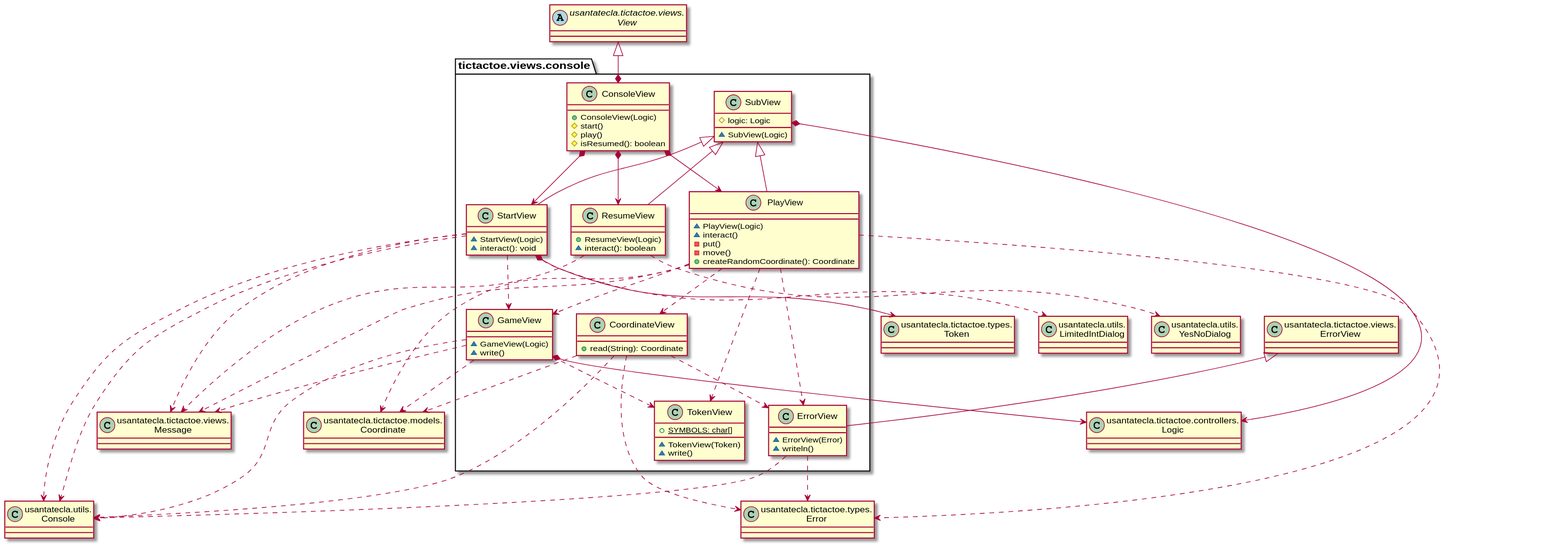
Before: modelViewPresenter/presentationModel/withFacade/docs/diagrams/out/paquetes/paqueteTicTactoeViewsConsole.svg, a diagram exported from PlantUML (Jolucaa/USantaTecla-project-ticTacToe).
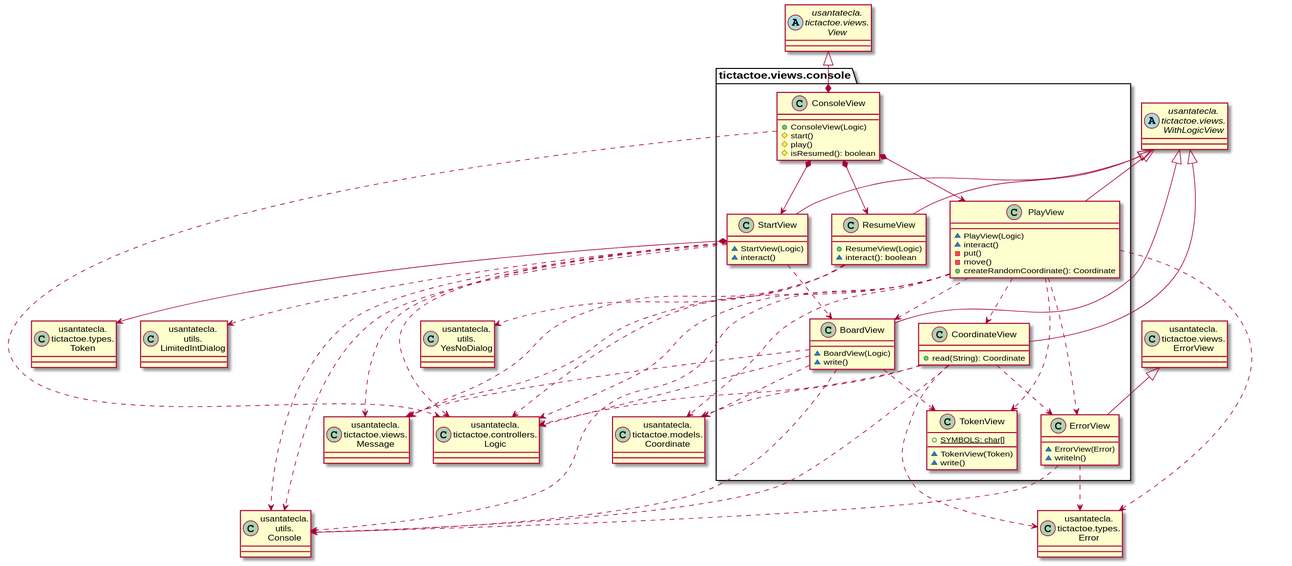
The same diagram one commit later.

Diff of the diagram source:
```diff
@@ -1,14 +1,15 @@
 @startuml
-abstract class View as "usantatecla.tictactoe.views.\nView" {}
-class Coordinate as "usantatecla.tictactoe.models.\nCoordinate" {}
-class Error as "usantatecla.tictactoe.types.\nError" {}
-class Token as "usantatecla.tictactoe.types.\nToken" {}
-class Message as "usantatecla.tictactoe.views.\nMessage" {}
-class ErrorView as "usantatecla.tictactoe.views.\nErrorView" {}
-class Logic as "usantatecla.tictactoe.controllers.\nLogic" {}
-class Console as "usantatecla.utils.\nConsole" {}
-class YesNoDialog as "usantatecla.utils.\nYesNoDialog" {}
-class LimitedIntDialog as "usantatecla.utils.\nLimitedIntDialog" {}
+class Coordinate as "usantatecla.\ntictactoe.models.\nCoordinate"
+class Error as "usantatecla.\ntictactoe.types.\nError"
+class Token as "usantatecla.\ntictactoe.types.\nToken"
+abstract class WithLogicView as "usantatecla.\ntictactoe.views.\nWithLogicView"
+abstract class View as "usantatecla.\ntictactoe.views.\nView"
+class Message as "usantatecla.\ntictactoe.views.\nMessage"
+class ErrorView as "usantatecla.\ntictactoe.views.\nErrorView"
+class Logic as "usantatecla.\ntictactoe.controllers.\nLogic"
+class Console as "usantatecla.\nutils.\nConsole"
+class YesNoDialog as "usantatecla.\nutils.\nYesNoDialog"
+class LimitedIntDialog as "usantatecla.\nutils.\nLimitedIntDialog"
 
 class tictactoe.views.console.ConsoleView{
   + ConsoleView(Logic)
@@ -20,19 +21,15 @@
 tictactoe.views.console.ConsoleView *-down-> tictactoe.views.console.StartView
 tictactoe.views.console.ConsoleView *-down-> tictactoe.views.console.PlayView
 tictactoe.views.console.ConsoleView *-down-> tictactoe.views.console.ResumeView
-
-class tictactoe.views.console.WithGameView {
-  # logic: Logic
-  ~ WithGameView(Logic)
-}
-tictactoe.views.console.WithGameView *-down-> Logic
+tictactoe.views.console.ConsoleView .down.> Logic
 
 class tictactoe.views.console.StartView {
   ~ StartView(Logic)
-  ~ interact(): void
+  ~ interact()
 }
-tictactoe.views.console.StartView -up-|> tictactoe.views.console.WithGameView
-tictactoe.views.console.StartView .down.> tictactoe.views.console.GameView
+tictactoe.views.console.StartView -up-|> WithLogicView
+tictactoe.views.console.StartView .down.> tictactoe.views.console.BoardView
+tictactoe.views.console.StartView .down.> Logic
 tictactoe.views.console.StartView .down.> Message
 tictactoe.views.console.StartView .down.> Console
 tictactoe.views.console.StartView .down.> LimitedIntDialog
@@ -44,27 +41,32 @@
   - move()
   + createRandomCoordinate(): Coordinate
 }
-tictactoe.views.console.PlayView -up-|> tictactoe.views.console.WithGameView
-tictactoe.views.console.PlayView .down.> tictactoe.views.console.GameView
+tictactoe.views.console.PlayView -up-|> WithLogicView
+tictactoe.views.console.PlayView .down.> tictactoe.views.console.BoardView
 tictactoe.views.console.PlayView .down.> tictactoe.views.console.TokenView
 tictactoe.views.console.PlayView .down.> tictactoe.views.console.CoordinateView
 tictactoe.views.console.PlayView .down.> tictactoe.views.console.ErrorView
+tictactoe.views.console.PlayView .down.> Logic
 tictactoe.views.console.PlayView .down.> Coordinate
 tictactoe.views.console.PlayView .down.> Message
 tictactoe.views.console.PlayView .down.> Error
+tictactoe.views.console.PlayView .down.> Console
 
 class  tictactoe.views.console.ResumeView {
   + ResumeView(Logic)
   ~ interact(): boolean
 }
-tictactoe.views.console.ResumeView -up-|> tictactoe.views.console.WithGameView
+tictactoe.views.console.ResumeView -up-|> WithLogicView
+tictactoe.views.console.ResumeView .down.> Logic
 tictactoe.views.console.ResumeView .down.> Message
 tictactoe.views.console.ResumeView .down.> YesNoDialog
 
 class tictactoe.views.console.CoordinateView {
   + read(String): Coordinate
 }
+tictactoe.views.console.CoordinateView -up-|> WithLogicView
 tictactoe.views.console.CoordinateView .down.> tictactoe.views.console.ErrorView
+tictactoe.views.console.CoordinateView .down.> Logic
 tictactoe.views.console.CoordinateView .down.> Console
 tictactoe.views.console.CoordinateView .down.> Error
 tictactoe.views.console.CoordinateView .down.> Coordinate
@@ -73,19 +75,20 @@
   ~ ErrorView(Error)
   ~ writeln()
 }
+tictactoe.views.console.ErrorView -up-|> ErrorView
 tictactoe.views.console.ErrorView .down.> Error
 tictactoe.views.console.ErrorView .down.> Console
-ErrorView <|-down- tictactoe.views.console.ErrorView
 
-class tictactoe.views.console.GameView {
-  ~ GameView(Logic)
+class tictactoe.views.console.BoardView {
+  ~ BoardView(Logic)
   ~ write()
 }
-tictactoe.views.console.GameView *-down-> Logic
-tictactoe.views.console.GameView .down.> tictactoe.views.console.TokenView
-tictactoe.views.console.GameView .down.> Coordinate
-tictactoe.views.console.GameView .down.> Message
-tictactoe.views.console.GameView .down.> Console
+tictactoe.views.console.BoardView -up-|> WithLogicView
+tictactoe.views.console.BoardView .down.> tictactoe.views.console.TokenView
+tictactoe.views.console.BoardView .down.> Logic
+tictactoe.views.console.BoardView .down.> Coordinate
+tictactoe.views.console.BoardView .down.> Message
+tictactoe.views.console.BoardView .down.> Console
 
 class tictactoe.views.console.TokenView {
   + {static} SYMBOLS: char[]
```
